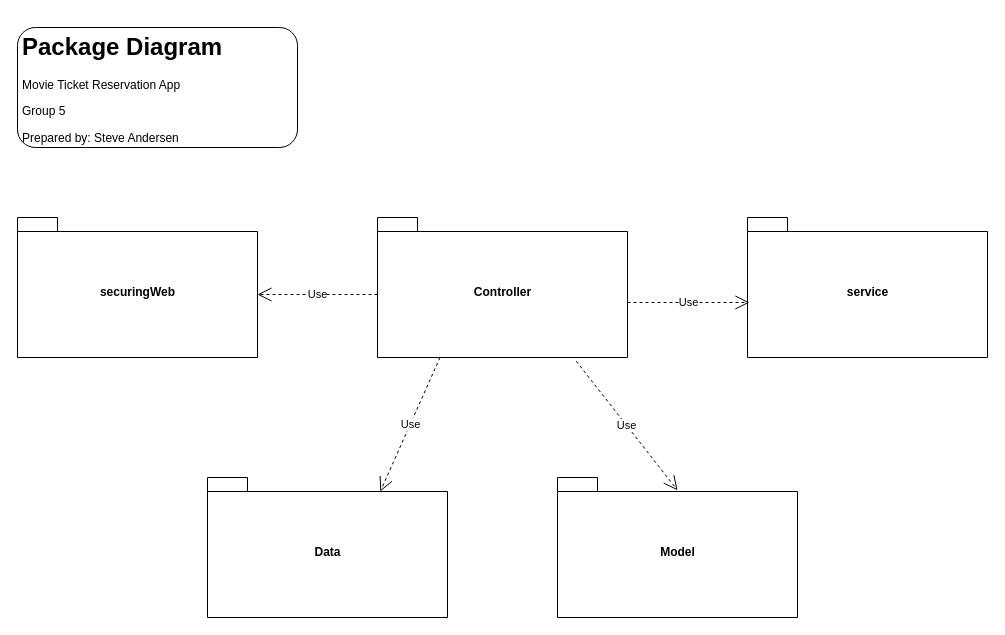
Before: page "PackageDiagram" (6 of 17) of DesignPhase/614_Project_Diagrams.drawio in mjspk/ticketr, a draw.io diagram. Source tidied: cells renumbered, new cells numbered last; positions are measured from the earlier drawing's top-left corner, leaving out a move shared by most shapes. Both pictures are drawn from the tidied source at 100%, with x=0, y=0 at pixel (17, 27).
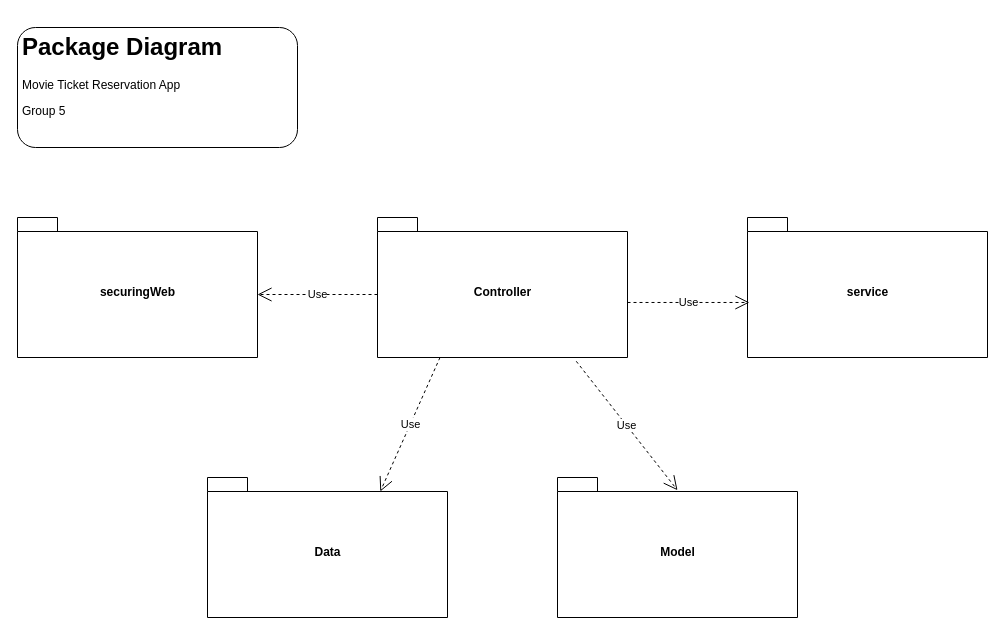
The same diagram, later.

What changed in the source:
```diff
@@
 <mxGraphModel>
   <root>
     <mxCell id="0" />
     <mxCell id="1" parent="0" />
     <mxCell id="2" value="Controller" style="shape=folder;fontStyle=1;spacingTop=10;tabWidth=40;tabHeight=14;tabPosition=left;html=1;" parent="1" vertex="1">
       <mxGeometry x="360" y="190" width="250" height="140" as="geometry" />
     </mxCell>
     <mxCell id="3" value="Data" style="shape=folder;fontStyle=1;spacingTop=10;tabWidth=40;tabHeight=14;tabPosition=left;html=1;" parent="1" vertex="1">
       <mxGeometry x="190" y="450" width="240" height="140" as="geometry" />
     </mxCell>
     <mxCell id="4" value="Model" style="shape=folder;fontStyle=1;spacingTop=10;tabWidth=40;tabHeight=14;tabPosition=left;html=1;" parent="1" vertex="1">
       <mxGeometry x="540" y="450" width="240" height="140" as="geometry" />
     </mxCell>
     <mxCell id="5" value="Use" style="endArrow=open;endSize=12;dashed=1;html=1;rounded=0;exitX=0.25;exitY=1;exitDx=0;exitDy=0;exitPerimeter=0;entryX=0.72;entryY=0.1;entryDx=0;entryDy=0;entryPerimeter=0;" parent="1" edge="1" source="2" target="3">
       <mxGeometry relative="1" as="geometry" />
     </mxCell>
     <mxCell id="6" value="Use" style="endArrow=open;endSize=12;dashed=1;html=1;rounded=0;exitX=0.795;exitY=1.027;exitDx=0;exitDy=0;exitPerimeter=0;entryX=0.5;entryY=0.091;entryDx=0;entryDy=0;entryPerimeter=0;" parent="1" edge="1" source="2" target="4">
       <mxGeometry relative="1" as="geometry" />
     </mxCell>
     <mxCell id="7" value="securingWeb" style="shape=folder;fontStyle=1;spacingTop=10;tabWidth=40;tabHeight=14;tabPosition=left;html=1;" parent="1" vertex="1">
       <mxGeometry y="190" width="240" height="140" as="geometry" />
     </mxCell>
     <mxCell id="8" value="service" style="shape=folder;fontStyle=1;spacingTop=10;tabWidth=40;tabHeight=14;tabPosition=left;html=1;" parent="1" vertex="1">
       <mxGeometry x="730" y="190" width="240" height="140" as="geometry" />
     </mxCell>
     <mxCell id="9" value="Use" style="endArrow=open;endSize=12;dashed=1;html=1;rounded=0;exitX=0;exitY=0;exitDx=0;exitDy=77;exitPerimeter=0;entryX=0;entryY=0;entryDx=240;entryDy=77;entryPerimeter=0;" parent="1" edge="1" source="2" target="7">
       <mxGeometry relative="1" as="geometry" />
     </mxCell>
     <mxCell id="10" value="Use" style="endArrow=open;endSize=12;dashed=1;html=1;rounded=0;exitX=1;exitY=0.607;exitDx=0;exitDy=0;exitPerimeter=0;entryX=0.008;entryY=0.607;entryDx=0;entryDy=0;entryPerimeter=0;" parent="1" edge="1" source="2" target="8">
       <mxGeometry relative="1" as="geometry" />
     </mxCell>
-    <mxCell id="11" value="&lt;h1&gt;Package Diagram&lt;/h1&gt;&lt;p&gt;Movie Ticket Reservation App&lt;/p&gt;&lt;p&gt;Group 5&lt;/p&gt;&lt;p&gt;Prepared by: Steve Andersen&lt;/p&gt;" style="text;html=1;strokeColor=default;fillColor=none;spacing=5;spacingTop=-20;whiteSpace=wrap;overflow=hidden;rounded=1;" parent="1" vertex="1">
+    <mxCell id="11" value="&lt;h1&gt;Package Diagram&lt;/h1&gt;&lt;p&gt;Movie Ticket Reservation App&lt;/p&gt;&lt;p&gt;Group 5&lt;/p&gt;&lt;p&gt;&lt;br&gt;&lt;/p&gt;" style="text;html=1;strokeColor=default;fillColor=none;spacing=5;spacingTop=-20;whiteSpace=wrap;overflow=hidden;rounded=1;" parent="1" vertex="1">
       <mxGeometry width="280" height="120" as="geometry" />
     </mxCell>
   </root>
 </mxGraphModel>
```
